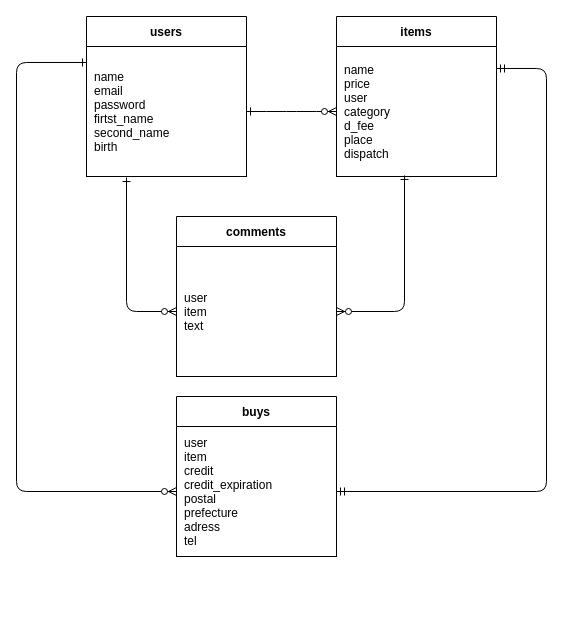
Before: db/Untitled Diagram.drawio in kyoheiShibata-mini/furima_28693, a draw.io diagram. Source tidied: cells renumbered, new cells numbered last; positions are measured from the earlier drawing's top-left corner, leaving out a move shared by most shapes. Both pictures are drawn from the tidied source at 100%, with x=0, y=0 at pixel (16, 16).
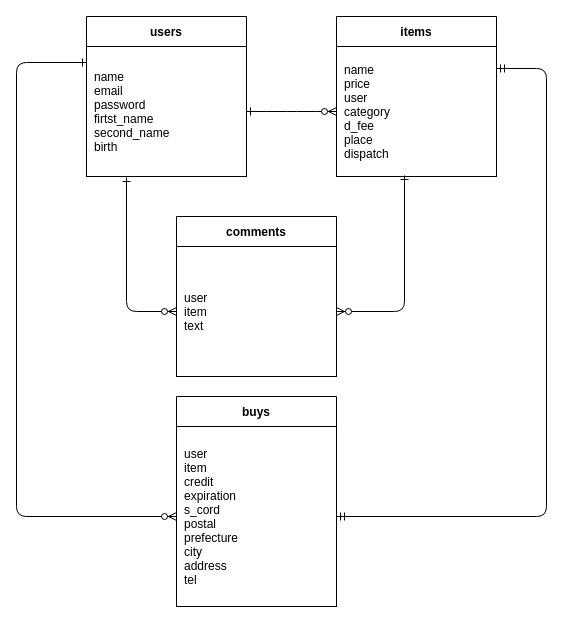
The same diagram, later.

Commit message (it also covers changes not shown here):
Untitled Diagram.drawio を更新します

Diff of the diagram source:
```diff
@@
     <mxCell id="11" value="buys" style="shape=table;startSize=30;childLayout=tableLayout;rowLines=0;fontStyle=1;align=center;" parent="1" vertex="1">
-      <mxGeometry x="160" y="380" width="160" height="160" as="geometry" />
+      <mxGeometry x="160" y="380" width="160" height="210" as="geometry" />
     </mxCell>
     <mxCell id="12" style="shape=partialRectangle;fillColor=none;points=[[0,0.5],[1,0.5]];portConstraint=eastwest;top=0;left=0;right=0;bottom=1;" parent="11" vertex="1">
-      <mxGeometry y="30" width="160" height="130" as="geometry" />
+      <mxGeometry y="30" width="160" height="180" as="geometry" />
     </mxCell>
-    <mxCell id="13" value="user&#10;item&#10;credit&#10;credit_expiration&#10;postal&#10;prefecture&#10;adress&#10;tel" style="shape=partialRectangle;overflow=hidden;fillColor=none;top=0;left=0;bottom=0;right=0;align=left;spacingLeft=6;fontStyle=0;strokeColor=none;" parent="12" vertex="1">
-      <mxGeometry width="160" height="130" as="geometry" />
+    <mxCell id="13" value="user&#10;item&#10;credit&#10;expiration&#10;s_cord&#10;postal&#10;prefecture&#10;city&#10;address&#10;tel" style="shape=partialRectangle;overflow=hidden;fillColor=none;top=0;left=0;bottom=0;right=0;align=left;spacingLeft=6;fontStyle=0;strokeColor=none;" parent="12" vertex="1">
+      <mxGeometry width="160" height="180" as="geometry" />
     </mxCell>
```
